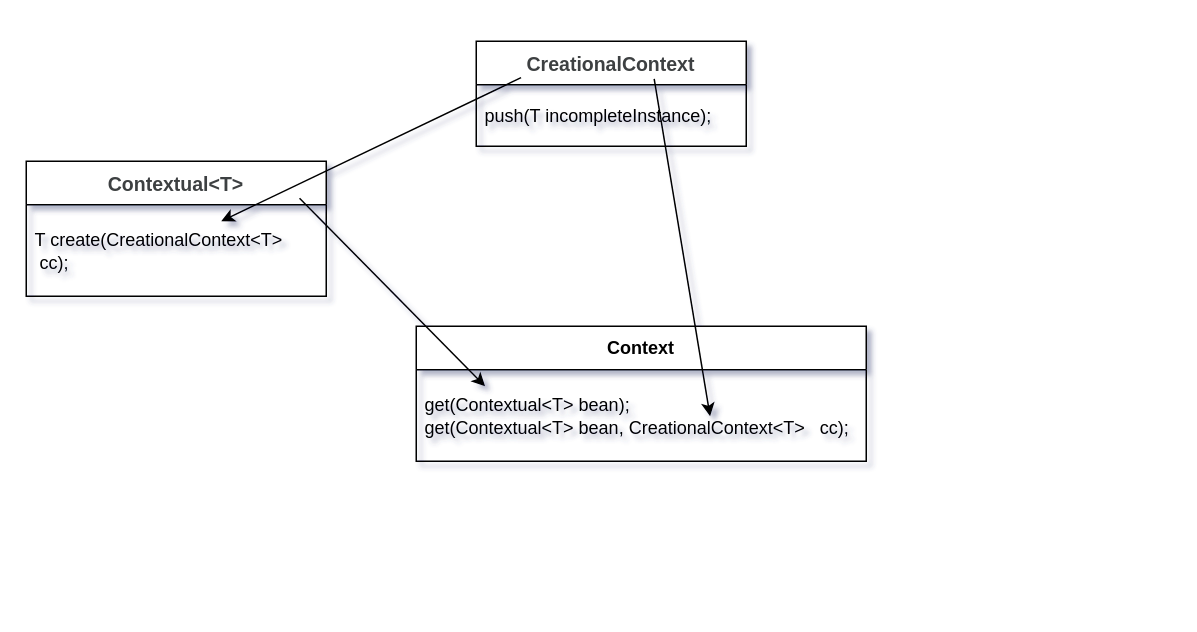
Above: Untitled Diagram.drawio in 11800222/MeleyForDiagramsStorage (draw.io), before the change. Source tidied: cells renumbered, new cells numbered last; positions are measured from the earlier drawing's top-left corner, leaving out a move shared by most shapes. Both pictures are drawn from the tidied source at 150%, with x=0, y=0 at pixel (26, 40).
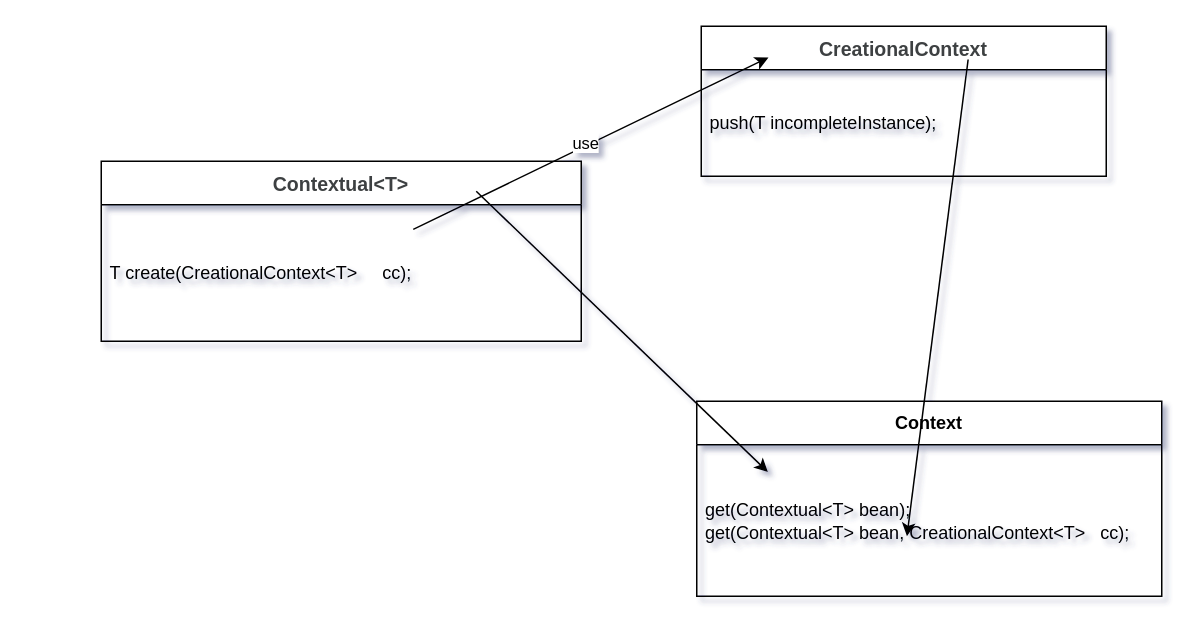
After the change.

Change to the diagram source:
```diff
@@
 <mxGraphModel shadow="1">
   <root>
     <mxCell id="0" />
     <mxCell id="1" parent="0" />
     <mxCell id="2" value="&lt;span style=&quot;color: rgb(62, 65, 66); font-family: &amp;quot;Microsoft YaHei&amp;quot;, 微软雅黑, Arial; font-size: 13px; background-color: rgba(227, 222, 214, 0.01); --darkreader-inline-color: #494c4d; --darkreader-inline-bgcolor: rgba(202, 196, 187, 0.01);&quot;&gt;Contextual&amp;lt;T&amp;gt;&lt;/span&gt;" style="swimlane;fontStyle=1;align=center;verticalAlign=middle;horizontal=1;startSize=29;html=1;whiteSpace=wrap;" parent="1" vertex="1">
-      <mxGeometry y="80" width="200" height="90" as="geometry" />
+      <mxGeometry x="50" y="80" width="320" height="120" as="geometry" />
     </mxCell>
     <mxCell id="3" value="T create(CreationalContext&amp;lt;T&amp;gt;&amp;nbsp; &amp;nbsp; &amp;nbsp;cc);" style="text;html=1;strokeColor=none;fillColor=none;align=left;verticalAlign=middle;spacingLeft=4;spacingRight=4;overflow=hidden;points=[[0,0.5],[1,0.5]];portConstraint=eastwest;whiteSpace=wrap;" parent="2" vertex="1">
-      <mxGeometry y="29" width="200" height="61" as="geometry" />
+      <mxGeometry y="29" width="320" height="91" as="geometry" />
     </mxCell>
     <mxCell id="4" value="Context" style="swimlane;fontStyle=1;align=center;verticalAlign=middle;horizontal=1;startSize=29;html=1;whiteSpace=wrap;" parent="1" vertex="1">
-      <mxGeometry x="260" y="190" width="300" height="90" as="geometry" />
+      <mxGeometry x="447" y="240" width="310" height="130" as="geometry" />
     </mxCell>
     <mxCell id="5" value="&lt;div&gt;get(Contextual&amp;lt;T&amp;gt; bean);&lt;/div&gt;&lt;div&gt;get(Contextual&amp;lt;T&amp;gt; bean, CreationalContext&amp;lt;T&amp;gt;&amp;nbsp; &amp;nbsp;cc);&lt;/div&gt;" style="text;html=1;strokeColor=none;fillColor=none;align=left;verticalAlign=middle;spacingLeft=4;spacingRight=4;overflow=hidden;points=[[0,0.5],[1,0.5]];portConstraint=eastwest;whiteSpace=wrap;" parent="4" vertex="1">
-      <mxGeometry y="29" width="300" height="61" as="geometry" />
+      <mxGeometry y="29" width="310" height="101" as="geometry" />
     </mxCell>
     <mxCell id="6" value="&lt;span style=&quot;color: rgb(62, 65, 66); font-family: &amp;quot;Microsoft YaHei&amp;quot;, 微软雅黑, Arial; font-size: 13px; background-color: rgba(227, 222, 214, 0.01); --darkreader-inline-color: #494c4d; --darkreader-inline-bgcolor: rgba(202, 196, 187, 0.01);&quot;&gt;CreationalContext&lt;/span&gt;" style="swimlane;fontStyle=1;align=center;verticalAlign=middle;horizontal=1;startSize=29;html=1;whiteSpace=wrap;" parent="1" vertex="1">
-      <mxGeometry x="300" width="180" height="70" as="geometry" />
+      <mxGeometry x="450" y="-10" width="270" height="100" as="geometry" />
     </mxCell>
     <mxCell id="7" value="push(T incompleteInstance);" style="text;html=1;strokeColor=none;fillColor=none;align=left;verticalAlign=middle;spacingLeft=4;spacingRight=4;overflow=hidden;points=[[0,0.5],[1,0.5]];portConstraint=eastwest;whiteSpace=wrap;" parent="6" vertex="1">
-      <mxGeometry y="29" width="180" height="41" as="geometry" />
+      <mxGeometry y="29" width="270" height="71" as="geometry" />
     </mxCell>
-    <mxCell id="8" style="endArrow=classic;html=1;rounded=0;exitX=0.166;exitY=-0.115;exitDx=0;exitDy=0;exitPerimeter=0;entryX=0.65;entryY=0.18;entryDx=0;entryDy=0;entryPerimeter=0;" parent="1" edge="1" source="7" target="3">
+    <mxCell id="8" style="endArrow=none;html=1;rounded=0;exitX=0.166;exitY=-0.115;exitDx=0;exitDy=0;exitPerimeter=0;entryX=0.65;entryY=0.18;entryDx=0;entryDy=0;entryPerimeter=0;strokeColor=default;startArrow=classic;startFill=1;endFill=0;" parent="1" edge="1" source="7" target="3">
       <mxGeometry relative="1" as="geometry" />
     </mxCell>
+    <mxCell id="11" value="use" style="edgeLabel;html=1;align=center;verticalAlign=middle;" parent="8" vertex="1">
+      <mxGeometry x="0.03" y="-1" relative="1" as="geometry">
+        <mxPoint y="-1" as="offset" />
+      </mxGeometry>
+    </mxCell>
-    <mxCell id="9" style="endArrow=classic;html=1;rounded=0;exitX=0.659;exitY=-0.096;exitDx=0;exitDy=0;exitPerimeter=0;entryX=0.653;entryY=0.508;entryDx=0;entryDy=0;entryPerimeter=0;" parent="1" edge="1" source="7" target="5">
+    <mxCell id="9" style="endArrow=classic;html=1;rounded=0;exitX=0.659;exitY=-0.096;exitDx=0;exitDy=0;exitPerimeter=0;entryX=0.452;entryY=0.604;entryDx=0;entryDy=0;entryPerimeter=0;" parent="1" edge="1" source="7" target="5">
       <mxGeometry relative="1" as="geometry" />
     </mxCell>
-    <mxCell id="10" style="endArrow=classic;html=1;rounded=0;entryX=0.153;entryY=0.18;entryDx=0;entryDy=0;entryPerimeter=0;exitX=0.911;exitY=-0.071;exitDx=0;exitDy=0;exitPerimeter=0;" parent="1" edge="1" source="3" target="5">
-      <mxGeometry relative="1" as="geometry" />
+    <mxCell id="10" style="endArrow=classic;html=1;rounded=0;entryX=0.153;entryY=0.18;entryDx=0;entryDy=0;entryPerimeter=0;" parent="1" edge="1" target="5">
+      <mxGeometry relative="1" as="geometry">
+        <mxPoint x="300" y="100" as="sourcePoint" />
+      </mxGeometry>
     </mxCell>
   </root>
 </mxGraphModel>
```
